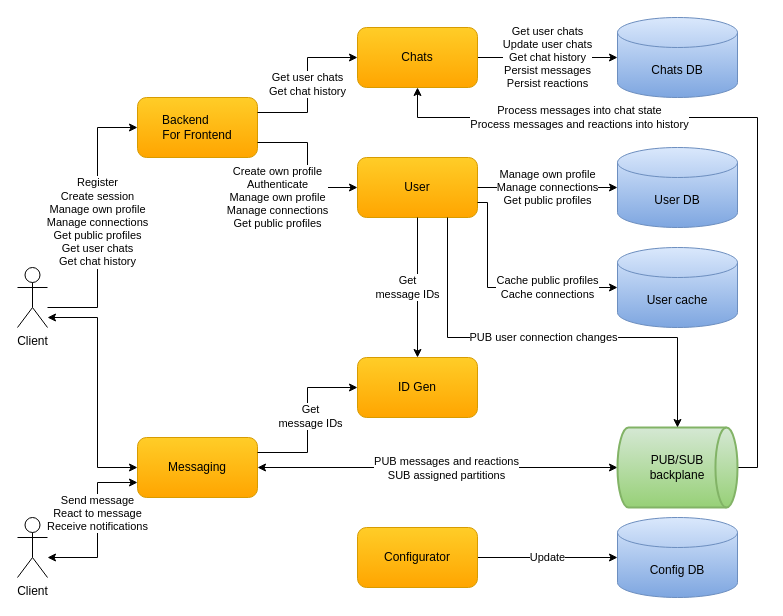
This is docs/diagrams/cecochat-overall.drawio from cvetomir-todorov/CecoChat, a draw.io file, before an edit. Source tidied: cells renumbered, new cells numbered last; positions are measured from the earlier drawing's top-left corner, leaving out a move shared by most shapes. Both pictures are drawn from the tidied source at 100%, with x=0, y=0 at pixel (17, 17).
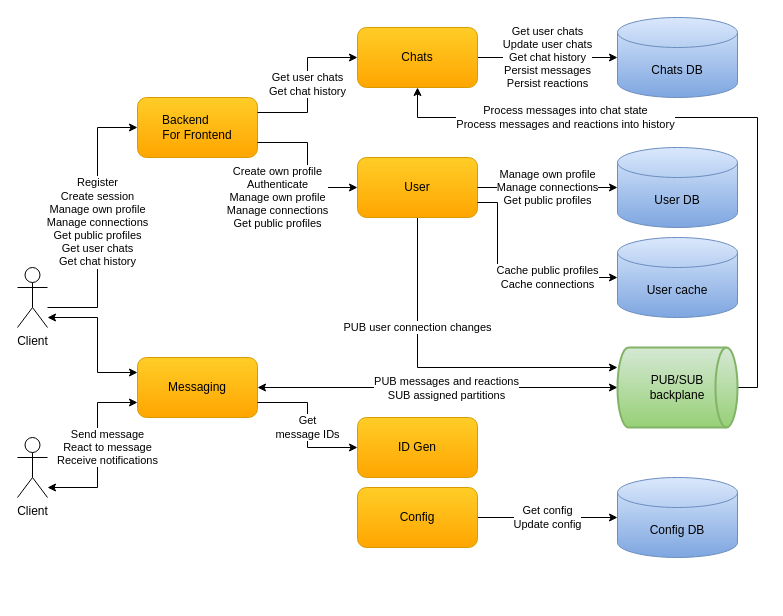
Above is the later version.

Commit message (it also covers changes not shown here):
Update diagrams regarding changes to the User and Config services

Unchanged cells that the change refers to:
```xml
<mxCell id="4" value="Client" style="shape=umlActor;verticalLabelPosition=bottom;verticalAlign=top;html=1;outlineConnect=0;" parent="1" vertex="1">
  <mxGeometry y="250" width="30" height="60" as="geometry" />
</mxCell>
<mxCell id="16" value="&lt;font style=&quot;font-size: 12px&quot;&gt;Chats&lt;/font&gt;" style="rounded=1;whiteSpace=wrap;html=1;gradientColor=#ffa500;fillColor=#ffcd28;strokeColor=#d79b00;" parent="1" vertex="1">
  <mxGeometry x="340" y="10" width="120" height="60" as="geometry" />
</mxCell>
<mxCell id="21" value="&lt;font style=&quot;font-size: 12px&quot;&gt;User&lt;/font&gt;" style="rounded=1;whiteSpace=wrap;html=1;gradientColor=#ffa500;fillColor=#ffcd28;strokeColor=#d79b00;" parent="1" vertex="1">
  <mxGeometry x="340" y="140" width="120" height="60" as="geometry" />
</mxCell>
```

Diff of the diagram source:
```diff
@@
-    <mxCell id="2" style="edgeStyle=orthogonalEdgeStyle;rounded=0;jettySize=auto;html=1;entryX=0;entryY=0.5;entryDx=0;entryDy=0;startArrow=classic;startFill=1;" parent="1" edge="1" source="4" target="8">
+    <mxCell id="2" style="edgeStyle=orthogonalEdgeStyle;rounded=0;jettySize=auto;html=1;entryX=0;entryY=0.25;entryDx=0;entryDy=0;startArrow=classic;startFill=1;" parent="1" edge="1" source="4" target="8">
       <mxGeometry relative="1" as="geometry">
         <Array as="points">
           <mxPoint x="80" y="300" />
-          <mxPoint x="80" y="450" />
+          <mxPoint x="80" y="355" />
         </Array>
       </mxGeometry>
     </mxCell>
@@
     <mxCell id="5" value="Send message&lt;br&gt;React to message&lt;br&gt;Receive notifications" style="edgeStyle=orthogonalEdgeStyle;rounded=0;jettySize=auto;html=1;entryX=0;entryY=0.75;entryDx=0;entryDy=0;startArrow=classic;startFill=1;" parent="1" edge="1" source="6" target="8">
-      <mxGeometry x="0.14" relative="1" as="geometry">
+      <mxGeometry x="0.03" y="-10" relative="1" as="geometry">
         <Array as="points">
-          <mxPoint x="80" y="540" />
-          <mxPoint x="80" y="465" />
+          <mxPoint x="80" y="470" />
+          <mxPoint x="80" y="385" />
         </Array>
       </mxGeometry>
     </mxCell>
     <mxCell id="6" value="Client" style="shape=umlActor;verticalLabelPosition=bottom;verticalAlign=top;html=1;outlineConnect=0;" parent="1" vertex="1">
-      <mxGeometry y="500" width="30" height="60" as="geometry" />
+      <mxGeometry y="420" width="30" height="60" as="geometry" />
     </mxCell>
@@
     <mxCell id="8" value="&lt;font style=&quot;font-size: 12px&quot;&gt;Messaging&lt;/font&gt;" style="rounded=1;whiteSpace=wrap;html=1;gradientColor=#ffa500;fillColor=#ffcd28;strokeColor=#d79b00;" parent="1" vertex="1">
-      <mxGeometry x="120" y="420" width="120" height="60" as="geometry" />
+      <mxGeometry x="120" y="340" width="120" height="60" as="geometry" />
     </mxCell>
     <mxCell id="9" value="Process messages into chat state&lt;br&gt;Process messages and reactions into history" style="edgeStyle=orthogonalEdgeStyle;rounded=0;jettySize=auto;html=1;entryX=0.5;entryY=1;entryDx=0;entryDy=0;exitX=1;exitY=0.5;exitDx=0;exitDy=0;exitPerimeter=0;" parent="1" edge="1" source="10" target="16">
-      <mxGeometry x="0.48" relative="1" as="geometry">
+      <mxGeometry x="0.46" relative="1" as="geometry">
         <Array as="points">
-          <mxPoint x="740" y="450" />
+          <mxPoint x="740" y="370" />
           <mxPoint x="740" y="100" />
           <mxPoint x="400" y="100" />
         </Array>
       </mxGeometry>
     </mxCell>
     <mxCell id="10" value="PUB/SUB&lt;br&gt;backplane" style="strokeWidth=2;html=1;shape=mxgraph.flowchart.direct_data;whiteSpace=wrap;gradientColor=#97d077;fillColor=#d5e8d4;strokeColor=#82b366;" parent="1" vertex="1">
-      <mxGeometry x="600" y="410" width="120" height="80" as="geometry" />
+      <mxGeometry x="600" y="330" width="120" height="80" as="geometry" />
     </mxCell>
@@
-    <mxCell id="13" value="Update" style="edgeStyle=orthogonalEdgeStyle;rounded=0;jettySize=auto;html=1;entryX=0;entryY=0.5;entryDx=0;entryDy=0;entryPerimeter=0;exitX=1;exitY=0.5;exitDx=0;exitDy=0;" parent="1" edge="1" source="14" target="15">
+    <mxCell id="13" value="Get config&lt;br&gt;Update config" style="edgeStyle=orthogonalEdgeStyle;rounded=0;jettySize=auto;html=1;entryX=0;entryY=0.5;entryDx=0;entryDy=0;entryPerimeter=0;exitX=1;exitY=0.5;exitDx=0;exitDy=0;" parent="1" edge="1" source="14" target="15">
       <mxGeometry relative="1" as="geometry" />
     </mxCell>
-    <mxCell id="14" value="Configurator" style="rounded=1;whiteSpace=wrap;html=1;gradientColor=#ffa500;fillColor=#ffcd28;strokeColor=#d79b00;" parent="1" vertex="1">
-      <mxGeometry x="340" y="510" width="120" height="60" as="geometry" />
+    <mxCell id="14" value="Config" style="rounded=1;whiteSpace=wrap;html=1;gradientColor=#ffa500;fillColor=#ffcd28;strokeColor=#d79b00;" parent="1" vertex="1">
+      <mxGeometry x="340" y="470" width="120" height="60" as="geometry" />
     </mxCell>
     <mxCell id="15" value="Config DB" style="shape=cylinder3;whiteSpace=wrap;html=1;boundedLbl=1;backgroundOutline=1;size=15;gradientColor=#7ea6e0;fillColor=#dae8fc;strokeColor=#6c8ebf;" parent="1" vertex="1">
-      <mxGeometry x="600" y="500" width="120" height="80" as="geometry" />
+      <mxGeometry x="600" y="460" width="120" height="80" as="geometry" />
     </mxCell>
@@
     <mxCell id="17" value="&lt;font style=&quot;font-size: 12px&quot;&gt;ID Gen&lt;/font&gt;" style="rounded=1;whiteSpace=wrap;html=1;gradientColor=#ffa500;fillColor=#ffcd28;strokeColor=#d79b00;" parent="1" vertex="1">
-      <mxGeometry x="340" y="340" width="120" height="60" as="geometry" />
+      <mxGeometry x="340" y="400" width="120" height="60" as="geometry" />
     </mxCell>
-    <mxCell id="18" value="Get&lt;br&gt;message IDs" style="endArrow=classic;html=1;exitX=1;exitY=0.25;exitDx=0;exitDy=0;entryX=0;entryY=0.5;entryDx=0;entryDy=0;rounded=0;edgeStyle=orthogonalEdgeStyle;" parent="1" edge="1" source="8" target="17">
-      <mxGeometry x="0.04" y="-3" relative="1" as="geometry" />
+    <mxCell id="18" value="Get&lt;br&gt;message IDs" style="endArrow=classic;html=1;entryX=0;entryY=0.5;entryDx=0;entryDy=0;rounded=0;edgeStyle=orthogonalEdgeStyle;exitX=1;exitY=0.75;exitDx=0;exitDy=0;" parent="1" edge="1" source="8" target="17">
+      <mxGeometry x="0.03" relative="1" as="geometry">
+        <Array as="points">
+          <mxPoint x="290" y="385" />
+          <mxPoint x="290" y="430" />
+        </Array>
+      </mxGeometry>
     </mxCell>
@@
+    <mxCell id="28" value="PUB user connection changes" style="edgeStyle=orthogonalEdgeStyle;rounded=0;jettySize=auto;html=1;entryX=0;entryY=0.25;entryDx=0;entryDy=0;entryPerimeter=0;" parent="1" edge="1" source="21" target="10">
+      <mxGeometry x="-0.37" relative="1" as="geometry">
+        <Array as="points">
+          <mxPoint x="400" y="350" />
+        </Array>
+      </mxGeometry>
+    </mxCell>
@@
     <mxCell id="25" value="User cache" style="shape=cylinder3;whiteSpace=wrap;html=1;boundedLbl=1;backgroundOutline=1;size=15;gradientColor=#7ea6e0;fillColor=#dae8fc;strokeColor=#6c8ebf;" parent="1" vertex="1">
-      <mxGeometry x="600" y="230" width="120" height="80" as="geometry" />
+      <mxGeometry x="600" y="220" width="120" height="80" as="geometry" />
     </mxCell>
     <mxCell id="26" value="Cache public profiles&lt;br style=&quot;border-color: var(--border-color);&quot;&gt;Cache connections" style="rounded=0;jettySize=auto;html=1;entryX=0;entryY=0.5;entryDx=0;entryDy=0;entryPerimeter=0;exitX=1;exitY=0.75;exitDx=0;exitDy=0;edgeStyle=orthogonalEdgeStyle;" parent="1" edge="1" source="21" target="25">
-      <mxGeometry x="0.38" relative="1" as="geometry">
+      <mxGeometry x="0.35" relative="1" as="geometry">
         <Array as="points">
-          <mxPoint x="470" y="185" />
-          <mxPoint x="470" y="270" />
+          <mxPoint x="480" y="185" />
+          <mxPoint x="480" y="260" />
         </Array>
       </mxGeometry>
     </mxCell>
-    <mxCell id="27" value="Get&lt;br&gt;message IDs" style="endArrow=classic;html=1;exitX=0.5;exitY=1;exitDx=0;exitDy=0;rounded=0;edgeStyle=orthogonalEdgeStyle;entryX=0.5;entryY=0;entryDx=0;entryDy=0;" parent="1" edge="1" source="21" target="17">
-      <mxGeometry y="-10" relative="1" as="geometry" />
-    </mxCell>
-    <mxCell id="28" value="PUB user connection changes" style="endArrow=classic;html=1;entryX=0.5;entryY=0;entryDx=0;entryDy=0;rounded=0;edgeStyle=orthogonalEdgeStyle;entryPerimeter=0;exitX=0.75;exitY=1;exitDx=0;exitDy=0;" parent="1" edge="1" source="21" target="10">
-      <mxGeometry x="-0.02" relative="1" as="geometry">
-        <Array as="points">
-          <mxPoint x="430" y="320" />
-          <mxPoint x="660" y="320" />
-        </Array>
-      </mxGeometry>
-    </mxCell>
```
